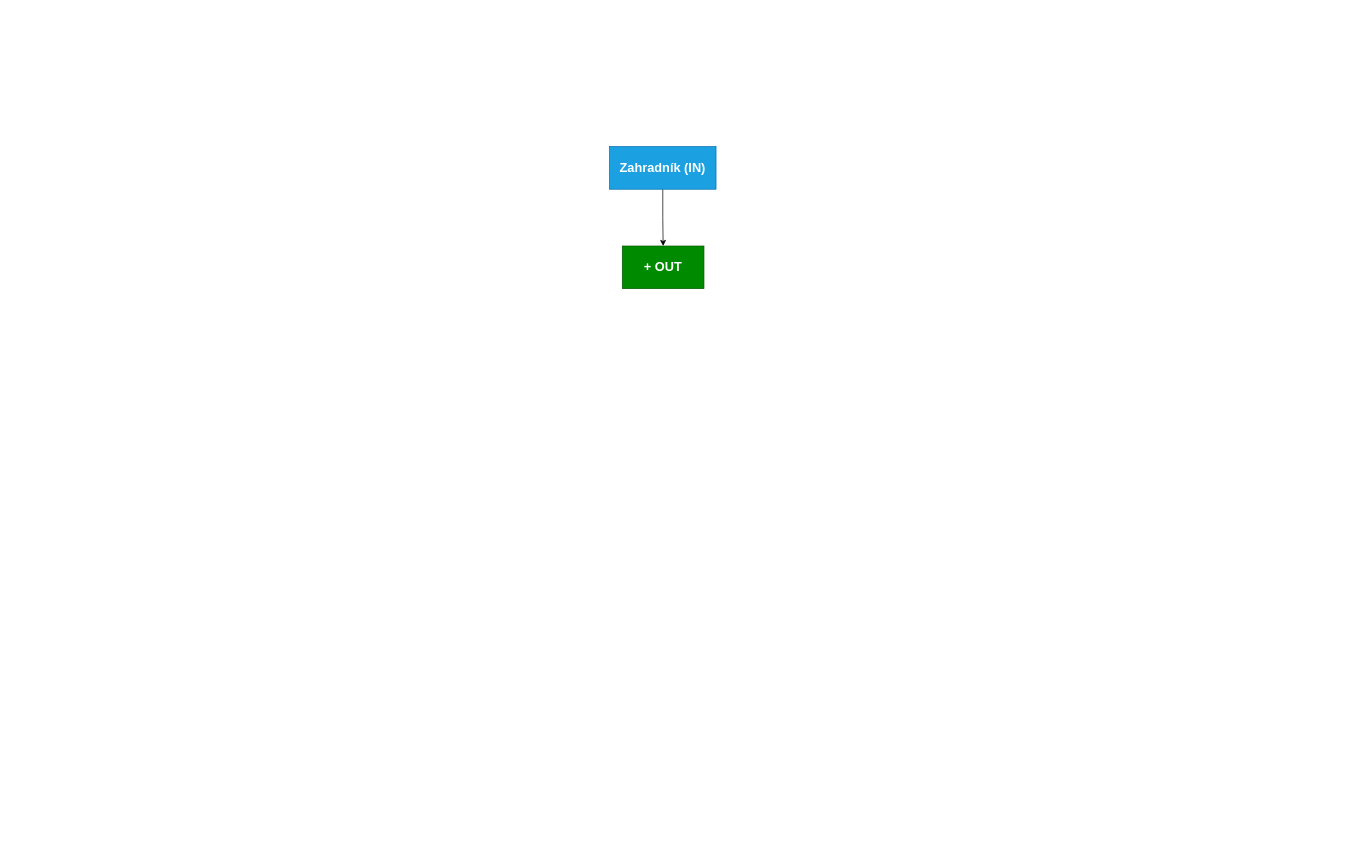
This is Zahradnik-hardware.drawio from DvorakFilip/Zahradnik, a draw.io file, before an edit. Source tidied: cells renumbered, new cells numbered last; positions are measured from the earlier drawing's top-left corner, leaving out a move shared by most shapes. Both pictures are drawn from the tidied source at 71%, with x=0, y=0 at pixel (609, 146).
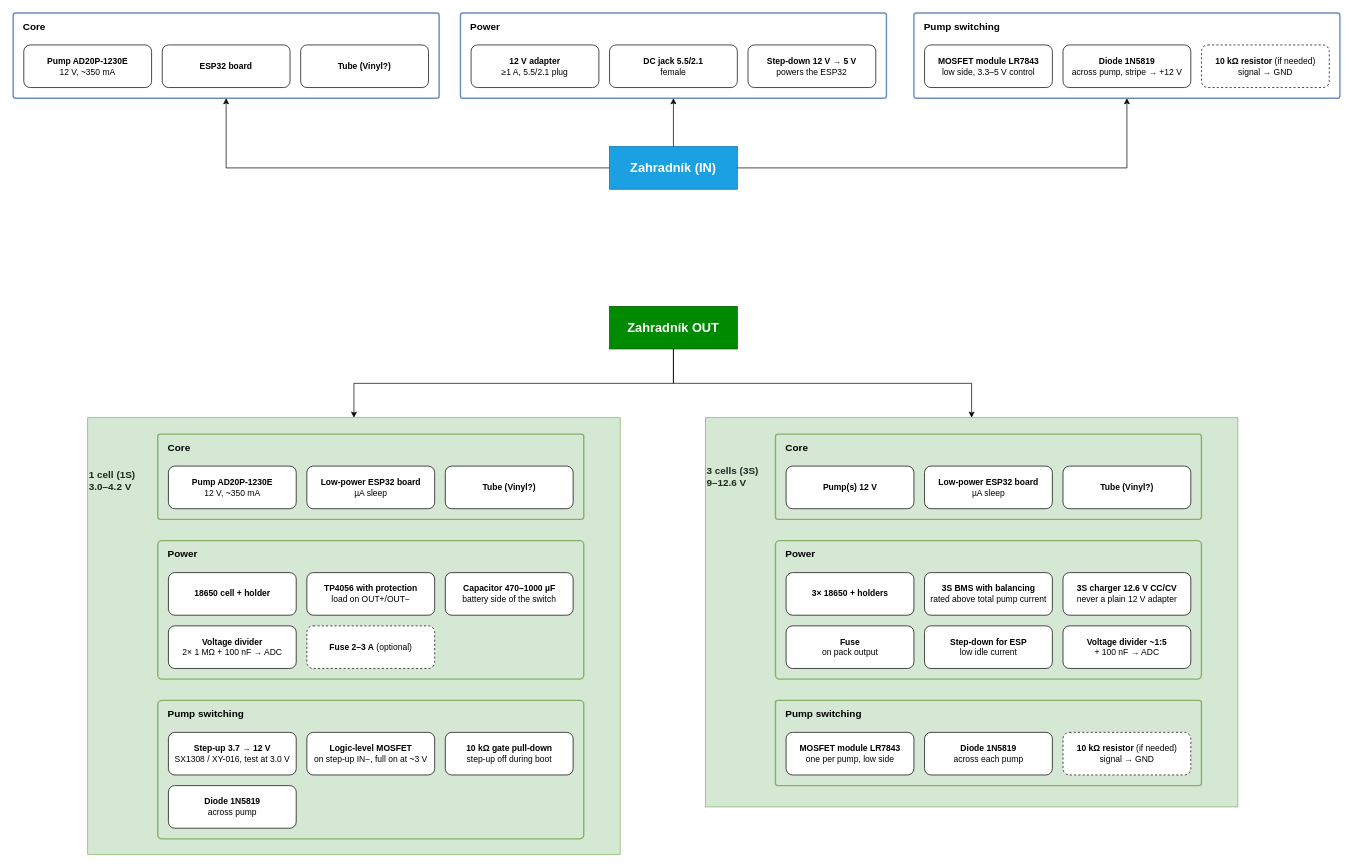
The same diagram, later.

What changed in the source:
```diff
@@
-    <mxCell id="2" style="edgeStyle=orthogonalEdgeStyle;rounded=0;jettySize=auto;html=1;defaultLabelBackgroundColor=page;" parent="1" edge="1" source="3" target="4">
-      <mxGeometry relative="1" as="geometry" />
-    </mxCell>
+    <mxCell id="5" value="&lt;div align=&quot;left&quot;&gt;1 cell (1S)&lt;br&gt;3.0–4.2 V&lt;/div&gt;&lt;div align=&quot;left&quot;&gt;&lt;br&gt;&lt;/div&gt;&lt;div align=&quot;left&quot;&gt;&lt;br&gt;&lt;/div&gt;&lt;div align=&quot;left&quot;&gt;&lt;br&gt;&lt;/div&gt;&lt;div align=&quot;left&quot;&gt;&lt;br&gt;&lt;/div&gt;&lt;div align=&quot;left&quot;&gt;&lt;br&gt;&lt;/div&gt;&lt;div align=&quot;left&quot;&gt;&lt;br&gt;&lt;/div&gt;&lt;div align=&quot;left&quot;&gt;&lt;br&gt;&lt;/div&gt;&lt;div align=&quot;left&quot;&gt;&lt;br&gt;&lt;/div&gt;&lt;div align=&quot;left&quot;&gt;&lt;br&gt;&lt;/div&gt;&lt;div align=&quot;left&quot;&gt;&lt;br&gt;&lt;/div&gt;&lt;div align=&quot;left&quot;&gt;&lt;br&gt;&lt;/div&gt;&lt;div align=&quot;left&quot;&gt;&lt;br&gt;&lt;/div&gt;&lt;div align=&quot;left&quot;&gt;&lt;br&gt;&lt;/div&gt;&lt;div align=&quot;left&quot;&gt;&lt;br&gt;&lt;/div&gt;&lt;div align=&quot;left&quot;&gt;&lt;br&gt;&lt;/div&gt;&lt;div align=&quot;left&quot;&gt;&lt;br&gt;&lt;/div&gt;&lt;div align=&quot;left&quot;&gt;&lt;br&gt;&lt;/div&gt;&lt;div align=&quot;left&quot;&gt;&lt;br&gt;&lt;/div&gt;&lt;div align=&quot;left&quot;&gt;&lt;br&gt;&lt;/div&gt;&lt;div align=&quot;left&quot;&gt;&lt;br&gt;&lt;/div&gt;&lt;div align=&quot;left&quot;&gt;&lt;br&gt;&lt;/div&gt;&lt;div align=&quot;left&quot;&gt;&lt;br&gt;&lt;/div&gt;&lt;div align=&quot;left&quot;&gt;&lt;br&gt;&lt;/div&gt;&lt;div align=&quot;left&quot;&gt;&lt;br&gt;&lt;/div&gt;&lt;div align=&quot;left&quot;&gt;&lt;br&gt;&lt;/div&gt;&lt;div align=&quot;left&quot;&gt;&lt;br&gt;&lt;/div&gt;" style="rounded=0;whiteSpace=wrap;html=1;fillColor=#d5e8d4;strokeColor=#82b366;fontColor=#1e2a22;fontStyle=1;fontSize=14;align=left;" parent="1" vertex="1">
+      <mxGeometry x="-735" y="381.8" width="750" height="615" as="geometry" />
+    </mxCell>
+    <mxCell id="6" value="&lt;div align=&quot;left&quot;&gt;3 cells (3S)&lt;br&gt;9–12.6 V&lt;/div&gt;&lt;div align=&quot;left&quot;&gt;&lt;br&gt;&lt;/div&gt;&lt;div align=&quot;left&quot;&gt;&lt;br&gt;&lt;/div&gt;&lt;div align=&quot;left&quot;&gt;&lt;br&gt;&lt;/div&gt;&lt;div align=&quot;left&quot;&gt;&lt;br&gt;&lt;/div&gt;&lt;div align=&quot;left&quot;&gt;&lt;br&gt;&lt;/div&gt;&lt;div align=&quot;left&quot;&gt;&lt;br&gt;&lt;/div&gt;&lt;div align=&quot;left&quot;&gt;&lt;br&gt;&lt;/div&gt;&lt;div align=&quot;left&quot;&gt;&lt;br&gt;&lt;/div&gt;&lt;div align=&quot;left&quot;&gt;&lt;br&gt;&lt;/div&gt;&lt;div align=&quot;left&quot;&gt;&lt;br&gt;&lt;/div&gt;&lt;div align=&quot;left&quot;&gt;&lt;br&gt;&lt;/div&gt;&lt;div align=&quot;left&quot;&gt;&lt;br&gt;&lt;/div&gt;&lt;div align=&quot;left&quot;&gt;&lt;br&gt;&lt;/div&gt;&lt;div align=&quot;left&quot;&gt;&lt;br&gt;&lt;/div&gt;&lt;div align=&quot;left&quot;&gt;&lt;br&gt;&lt;/div&gt;&lt;div align=&quot;left&quot;&gt;&lt;br&gt;&lt;/div&gt;&lt;div align=&quot;left&quot;&gt;&lt;br&gt;&lt;/div&gt;&lt;div align=&quot;left&quot;&gt;&lt;br&gt;&lt;/div&gt;&lt;div align=&quot;left&quot;&gt;&lt;br&gt;&lt;/div&gt;&lt;div align=&quot;left&quot;&gt;&lt;br&gt;&lt;/div&gt;&lt;blockquote&gt;&lt;blockquote&gt;&lt;blockquote&gt;&lt;div align=&quot;left&quot;&gt;&lt;br&gt;&lt;/div&gt;&lt;/blockquote&gt;&lt;/blockquote&gt;&lt;/blockquote&gt;" style="rounded=0;whiteSpace=wrap;html=1;fillColor=#d5e8d4;strokeColor=#82b366;fontColor=#1e2a22;fontStyle=1;fontSize=14;align=left;" parent="1" vertex="1">
+      <mxGeometry x="135" y="381.8" width="750" height="548.2" as="geometry" />
+    </mxCell>
     <mxCell id="3" value="&lt;b&gt;&lt;font style=&quot;font-size: 18px;&quot;&gt;Zahradník (IN)&lt;/font&gt;&lt;/b&gt;" style="rounded=0;whiteSpace=wrap;html=1;fillColor=#1ba1e2;fontColor=#ffffff;strokeColor=#006EAF;" parent="1" vertex="1">
-      <mxGeometry width="150" height="60" as="geometry" />
+      <mxGeometry width="180" height="60" as="geometry" />
     </mxCell>
-    <mxCell id="4" value="&lt;b&gt;&lt;font style=&quot;font-size: 18px;&quot;&gt;+ OUT&lt;/font&gt;&lt;/b&gt;" style="rounded=0;whiteSpace=wrap;html=1;fillColor=#008a00;fontColor=#ffffff;strokeColor=#005700;" parent="1" vertex="1">
-      <mxGeometry x="18" y="140" width="115" height="60" as="geometry" />
-    </mxCell>
+    <mxCell id="7" value="Core" style="rounded=1;arcSize=3;whiteSpace=wrap;html=1;fillColor=none;strokeColor=#6c8ebf;strokeWidth=2;verticalAlign=top;align=left;spacingLeft=12;spacingTop=4;fontStyle=1;fontSize=14;" parent="1" vertex="1">
+      <mxGeometry x="-840" y="-188.2" width="600" height="120" as="geometry" />
+    </mxCell>
+    <mxCell id="8" value="&lt;b&gt;Pump AD20P-1230E&lt;/b&gt;&lt;br&gt;12 V, ~350 mA" style="rounded=1;whiteSpace=wrap;html=1;fontSize=12;" parent="7" vertex="1">
+      <mxGeometry x="15" y="45" width="180" height="60" as="geometry" />
+    </mxCell>
+    <mxCell id="9" value="&lt;b&gt;ESP32 board&lt;/b&gt;" style="rounded=1;whiteSpace=wrap;html=1;fontSize=12;" parent="7" vertex="1">
+      <mxGeometry x="210" y="45" width="180" height="60" as="geometry" />
+    </mxCell>
+    <mxCell id="10" value="&lt;b&gt;Tube (Vinyl?)&lt;/b&gt;" style="rounded=1;whiteSpace=wrap;html=1;fontSize=12;" parent="7" vertex="1">
+      <mxGeometry x="405" y="45" width="180" height="60" as="geometry" />
+    </mxCell>
+    <mxCell id="11" value="Power" style="rounded=1;arcSize=3;whiteSpace=wrap;html=1;fillColor=none;strokeColor=#6c8ebf;strokeWidth=2;verticalAlign=top;align=left;spacingLeft=12;spacingTop=4;fontStyle=1;fontSize=14;" parent="1" vertex="1">
+      <mxGeometry x="-210" y="-188.2" width="600" height="120" as="geometry" />
+    </mxCell>
+    <mxCell id="12" value="&lt;b&gt;12 V adapter&lt;/b&gt;&lt;br&gt;≥1 A, 5.5/2.1 plug" style="rounded=1;whiteSpace=wrap;html=1;fontSize=12;" parent="11" vertex="1">
+      <mxGeometry x="15" y="45" width="180" height="60" as="geometry" />
+    </mxCell>
+    <mxCell id="13" value="&lt;b&gt;DC jack 5.5/2.1&lt;/b&gt;&lt;br&gt;female" style="rounded=1;whiteSpace=wrap;html=1;fontSize=12;" parent="11" vertex="1">
+      <mxGeometry x="210" y="45" width="180" height="60" as="geometry" />
+    </mxCell>
+    <mxCell id="14" value="&lt;b&gt;Step-down 12 V → 5 V&lt;/b&gt;&lt;br&gt;powers the ESP32" style="rounded=1;whiteSpace=wrap;html=1;fontSize=12;" parent="11" vertex="1">
+      <mxGeometry x="405" y="45" width="180" height="60" as="geometry" />
+    </mxCell>
+    <mxCell id="15" value="Pump switching" style="rounded=1;arcSize=3;whiteSpace=wrap;html=1;fillColor=none;strokeColor=#6c8ebf;strokeWidth=2;verticalAlign=top;align=left;spacingLeft=12;spacingTop=4;fontStyle=1;fontSize=14;" parent="1" vertex="1">
+      <mxGeometry x="428.7" y="-188.2" width="600" height="120" as="geometry" />
+    </mxCell>
+    <mxCell id="16" value="&lt;b&gt;MOSFET module LR7843&lt;/b&gt;&lt;br&gt;low side, 3.3–5 V control" style="rounded=1;whiteSpace=wrap;html=1;fontSize=12;" parent="15" vertex="1">
+      <mxGeometry x="15" y="45" width="180" height="60" as="geometry" />
+    </mxCell>
+    <mxCell id="17" value="&lt;b&gt;Diode 1N5819&lt;/b&gt;&lt;br&gt;across pump, stripe → +12 V" style="rounded=1;whiteSpace=wrap;html=1;fontSize=12;" parent="15" vertex="1">
+      <mxGeometry x="210" y="45" width="180" height="60" as="geometry" />
+    </mxCell>
+    <mxCell id="18" value="&lt;b&gt;10 kΩ resistor&lt;/b&gt; (if needed)&lt;br&gt;signal → GND" style="rounded=1;whiteSpace=wrap;html=1;fontSize=12;dashed=1;fontColor=light-dark(#000000,#A8A8A8);" parent="15" vertex="1">
+      <mxGeometry x="405" y="45" width="180" height="60" as="geometry" />
+    </mxCell>
+    <mxCell id="19" style="edgeStyle=orthogonalEdgeStyle;rounded=0;jettySize=auto;html=1;defaultLabelBackgroundColor=page;" parent="1" edge="1" source="3" target="7">
+      <mxGeometry relative="1" as="geometry" />
+    </mxCell>
+    <mxCell id="20" style="edgeStyle=orthogonalEdgeStyle;rounded=0;jettySize=auto;html=1;defaultLabelBackgroundColor=page;" parent="1" edge="1" source="3" target="11">
+      <mxGeometry relative="1" as="geometry" />
+    </mxCell>
+    <mxCell id="21" style="edgeStyle=orthogonalEdgeStyle;rounded=0;jettySize=auto;html=1;defaultLabelBackgroundColor=page;" parent="1" edge="1" source="3" target="15">
+      <mxGeometry relative="1" as="geometry" />
+    </mxCell>
+    <mxCell id="22" style="edgeStyle=orthogonalEdgeStyle;rounded=0;jettySize=auto;html=1;entryX=0.5;entryY=0;entryDx=0;entryDy=0;defaultLabelBackgroundColor=page;" parent="1" edge="1" source="23" target="5">
+      <mxGeometry relative="1" as="geometry" />
+    </mxCell>
+    <mxCell id="23" value="&lt;b&gt;&lt;font style=&quot;font-size: 18px;&quot;&gt;Zahradník OUT&lt;/font&gt;&lt;/b&gt;" style="rounded=0;whiteSpace=wrap;html=1;fillColor=#008a00;fontColor=#ffffff;strokeColor=#005700;" parent="1" vertex="1">
+      <mxGeometry y="225" width="180" height="60" as="geometry" />
+    </mxCell>
+    <mxCell id="24" value="Core" style="rounded=1;arcSize=3;whiteSpace=wrap;html=1;fillColor=none;strokeColor=#82b366;strokeWidth=2;verticalAlign=top;align=left;spacingLeft=12;spacingTop=4;fontStyle=1;fontSize=14;" parent="1" vertex="1">
+      <mxGeometry x="-636.3" y="405" width="600" height="120" as="geometry" />
+    </mxCell>
+    <mxCell id="25" value="&lt;b&gt;Pump AD20P-1230E&lt;/b&gt;&lt;br&gt;12 V, ~350 mA" style="rounded=1;whiteSpace=wrap;html=1;fontSize=12;" parent="24" vertex="1">
+      <mxGeometry x="15" y="45" width="180" height="60" as="geometry" />
+    </mxCell>
+    <mxCell id="26" value="&lt;b&gt;Low-power ESP32 board&lt;/b&gt;&lt;br&gt;µA sleep" style="rounded=1;whiteSpace=wrap;html=1;fontSize=12;" parent="24" vertex="1">
+      <mxGeometry x="210" y="45" width="180" height="60" as="geometry" />
+    </mxCell>
+    <mxCell id="27" value="&lt;b&gt;Tube (Vinyl?)&lt;/b&gt;" style="rounded=1;whiteSpace=wrap;html=1;fontSize=12;" parent="24" vertex="1">
+      <mxGeometry x="405" y="45" width="180" height="60" as="geometry" />
+    </mxCell>
+    <mxCell id="28" value="Power" style="rounded=1;arcSize=3;whiteSpace=wrap;html=1;fillColor=none;strokeColor=#82b366;strokeWidth=2;verticalAlign=top;align=left;spacingLeft=12;spacingTop=4;fontStyle=1;fontSize=14;" parent="1" vertex="1">
+      <mxGeometry x="-636.3" y="555" width="600" height="195" as="geometry" />
+    </mxCell>
+    <mxCell id="29" value="&lt;b&gt;18650 cell + holder&lt;/b&gt;" style="rounded=1;whiteSpace=wrap;html=1;fontSize=12;" parent="28" vertex="1">
+      <mxGeometry x="15" y="45" width="180" height="60" as="geometry" />
+    </mxCell>
+    <mxCell id="30" value="&lt;b&gt;TP4056 with protection&lt;/b&gt;&lt;br&gt;load on OUT+/OUT−" style="rounded=1;whiteSpace=wrap;html=1;fontSize=12;" parent="28" vertex="1">
+      <mxGeometry x="210" y="45" width="180" height="60" as="geometry" />
+    </mxCell>
+    <mxCell id="31" value="&lt;b&gt;Capacitor 470–1000 µF&lt;/b&gt;&lt;br&gt;battery side of the switch" style="rounded=1;whiteSpace=wrap;html=1;fontSize=12;" parent="28" vertex="1">
+      <mxGeometry x="405" y="45" width="180" height="60" as="geometry" />
+    </mxCell>
+    <mxCell id="32" value="&lt;b&gt;Voltage divider&lt;/b&gt;&lt;br&gt;2× 1 MΩ + 100 nF → ADC" style="rounded=1;whiteSpace=wrap;html=1;fontSize=12;" parent="28" vertex="1">
+      <mxGeometry x="15" y="120" width="180" height="60" as="geometry" />
+    </mxCell>
+    <mxCell id="33" value="&lt;b&gt;Fuse 2–3 A&lt;/b&gt; (optional)" style="rounded=1;whiteSpace=wrap;html=1;fontSize=12;dashed=1;" parent="28" vertex="1">
+      <mxGeometry x="210" y="120" width="180" height="60" as="geometry" />
+    </mxCell>
+    <mxCell id="34" value="Pump switching" style="rounded=1;arcSize=3;whiteSpace=wrap;html=1;fillColor=none;strokeColor=#82b366;strokeWidth=2;verticalAlign=top;align=left;spacingLeft=12;spacingTop=4;fontStyle=1;fontSize=14;" parent="1" vertex="1">
+      <mxGeometry x="-636.3" y="780" width="600" height="195" as="geometry" />
+    </mxCell>
+    <mxCell id="35" value="&lt;b&gt;Step-up 3.7 → 12 V&lt;/b&gt;&lt;br&gt;SX1308 / XY-016, &lt;span style=&quot;color: light-dark(rgb(0, 0, 0), rgb(255, 51, 51));&quot;&gt;test at 3.0 V&lt;/span&gt;" style="rounded=1;whiteSpace=wrap;html=1;fontSize=12;" parent="34" vertex="1">
+      <mxGeometry x="15" y="45" width="180" height="60" as="geometry" />
+    </mxCell>
+    <mxCell id="36" value="&lt;b&gt;Logic-level MOSFET&lt;/b&gt;&lt;br&gt;on step-up IN−, full on at ~3 V" style="rounded=1;whiteSpace=wrap;html=1;fontSize=12;" parent="34" vertex="1">
+      <mxGeometry x="210" y="45" width="180" height="60" as="geometry" />
+    </mxCell>
+    <mxCell id="37" value="&lt;b&gt;10 kΩ gate pull-down&lt;/b&gt;&lt;br&gt;step-up off during boot" style="rounded=1;whiteSpace=wrap;html=1;fontSize=12;" parent="34" vertex="1">
+      <mxGeometry x="405" y="45" width="180" height="60" as="geometry" />
+    </mxCell>
+    <mxCell id="38" value="&lt;b&gt;Diode 1N5819&lt;/b&gt;&lt;br&gt;across pump" style="rounded=1;whiteSpace=wrap;html=1;fontSize=12;" parent="34" vertex="1">
+      <mxGeometry x="15" y="120" width="180" height="60" as="geometry" />
+    </mxCell>
+    <mxCell id="39" value="Core" style="rounded=1;arcSize=3;whiteSpace=wrap;html=1;fillColor=none;strokeColor=#82b366;strokeWidth=2;verticalAlign=top;align=left;spacingLeft=12;spacingTop=4;fontStyle=1;fontSize=14;" parent="1" vertex="1">
+      <mxGeometry x="233.7" y="405" width="600" height="120" as="geometry" />
+    </mxCell>
+    <mxCell id="40" value="&lt;b&gt;Pump(s) 12 V&lt;/b&gt;" style="rounded=1;whiteSpace=wrap;html=1;fontSize=12;" parent="39" vertex="1">
+      <mxGeometry x="15" y="45" width="180" height="60" as="geometry" />
+    </mxCell>
+    <mxCell id="41" value="&lt;b&gt;Low-power ESP32 board&lt;/b&gt;&lt;br&gt;µA sleep" style="rounded=1;whiteSpace=wrap;html=1;fontSize=12;" parent="39" vertex="1">
+      <mxGeometry x="210" y="45" width="180" height="60" as="geometry" />
+    </mxCell>
+    <mxCell id="42" value="&lt;b&gt;Tube (Vinyl?)&lt;/b&gt;" style="rounded=1;whiteSpace=wrap;html=1;fontSize=12;" parent="39" vertex="1">
+      <mxGeometry x="405" y="45" width="180" height="60" as="geometry" />
+    </mxCell>
+    <mxCell id="43" value="Power" style="rounded=1;arcSize=3;whiteSpace=wrap;html=1;fillColor=none;strokeColor=#82b366;strokeWidth=2;verticalAlign=top;align=left;spacingLeft=12;spacingTop=4;fontStyle=1;fontSize=14;" parent="1" vertex="1">
+      <mxGeometry x="233.7" y="555" width="600" height="195" as="geometry" />
+    </mxCell>
+    <mxCell id="44" value="&lt;b&gt;3× 18650 + holders&lt;/b&gt;" style="rounded=1;whiteSpace=wrap;html=1;fontSize=12;" parent="43" vertex="1">
+      <mxGeometry x="15" y="45" width="180" height="60" as="geometry" />
+    </mxCell>
+    <mxCell id="45" value="&lt;b&gt;3S BMS with balancing&lt;/b&gt;&lt;br&gt;rated above total pump current" style="rounded=1;whiteSpace=wrap;html=1;fontSize=12;" parent="43" vertex="1">
+      <mxGeometry x="210" y="45" width="180" height="60" as="geometry" />
+    </mxCell>
+    <mxCell id="46" value="&lt;b&gt;3S charger 12.6 V CC/CV&lt;/b&gt;&lt;br&gt;never a plain 12 V adapter" style="rounded=1;whiteSpace=wrap;html=1;fontSize=12;" parent="43" vertex="1">
+      <mxGeometry x="405" y="45" width="180" height="60" as="geometry" />
+    </mxCell>
+    <mxCell id="47" value="&lt;b&gt;Fuse&lt;/b&gt;&lt;br&gt;on pack output" style="rounded=1;whiteSpace=wrap;html=1;fontSize=12;" parent="43" vertex="1">
+      <mxGeometry x="15" y="120" width="180" height="60" as="geometry" />
+    </mxCell>
+    <mxCell id="48" value="&lt;b&gt;Step-down for ESP&lt;/b&gt;&lt;br&gt;low idle current" style="rounded=1;whiteSpace=wrap;html=1;fontSize=12;" parent="43" vertex="1">
+      <mxGeometry x="210" y="120" width="180" height="60" as="geometry" />
+    </mxCell>
+    <mxCell id="49" value="&lt;b&gt;Voltage divider ~1:5&lt;/b&gt;&lt;br&gt;+ 100 nF → ADC" style="rounded=1;whiteSpace=wrap;html=1;fontSize=12;" parent="43" vertex="1">
+      <mxGeometry x="405" y="120" width="180" height="60" as="geometry" />
+    </mxCell>
+    <mxCell id="50" value="Pump switching" style="rounded=1;arcSize=3;whiteSpace=wrap;html=1;fillColor=none;strokeColor=#82b366;strokeWidth=2;verticalAlign=top;align=left;spacingLeft=12;spacingTop=4;fontStyle=1;fontSize=14;" parent="1" vertex="1">
+      <mxGeometry x="233.7" y="780" width="600" height="120" as="geometry" />
+    </mxCell>
+    <mxCell id="51" value="&lt;b&gt;MOSFET module LR7843&lt;/b&gt;&lt;br&gt;one per pump, low side" style="rounded=1;whiteSpace=wrap;html=1;fontSize=12;" parent="50" vertex="1">
+      <mxGeometry x="15" y="45" width="180" height="60" as="geometry" />
+    </mxCell>
+    <mxCell id="52" value="&lt;b&gt;Diode 1N5819&lt;/b&gt;&lt;br&gt;across each pump" style="rounded=1;whiteSpace=wrap;html=1;fontSize=12;" parent="50" vertex="1">
+      <mxGeometry x="210" y="45" width="180" height="60" as="geometry" />
+    </mxCell>
+    <mxCell id="53" value="&lt;b&gt;10 kΩ resistor&lt;/b&gt; (if needed)&lt;br&gt;signal → GND" style="rounded=1;whiteSpace=wrap;html=1;fontSize=12;dashed=1;fontColor=light-dark(#000000,#969696);" parent="50" vertex="1">
+      <mxGeometry x="405" y="45" width="180" height="60" as="geometry" />
+    </mxCell>
+    <mxCell id="54" style="edgeStyle=orthogonalEdgeStyle;rounded=0;jettySize=auto;html=1;defaultLabelBackgroundColor=page;exitX=0.5;exitY=1;entryX=0.5;entryY=0;" parent="1" edge="1" source="23" target="6">
+      <mxGeometry relative="1" as="geometry" />
+    </mxCell>
```
